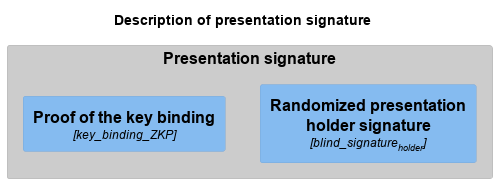
The PlantUML diagram media/1/zkp-key-binding.png in Orange-OpenSource/BBS-SHARP-doc-eudi-wallet, before a commit.
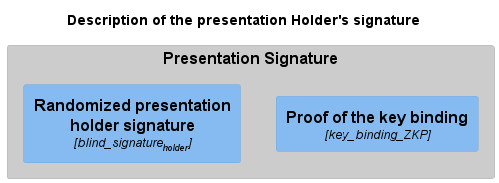
After the change.

The edit, as a diff of the source:
```diff
@@ -1,5 +1,5 @@
 @startuml 1/zkp-key-binding
-title Description of presentation signature
+title Description of the presentation Holder's signature
 
 !include <c4/C4_Context.puml>
 !include <c4/C4_Container.puml>
@@ -9,8 +9,8 @@
 HIDE_STEREOTYPE()
 
 
-Component_Ext(signature, "Presentation signature", "") {
-    Component(proof1, "Randomized presentation holder signature", "blind_signature<sub>holder</sub>")
-    Component(proof2, "Proof of the key binding", "key_binding_ZKP")
+Component_Ext(signature, "Presentation Signature", "") {
+    Component(proof1, "Proof of the key binding", "key_binding_ZKP")
+    Component(proof2, "Randomized presentation holder signature", "blind_signature<sub>holder</sub>")
 }
 @enduml
```
